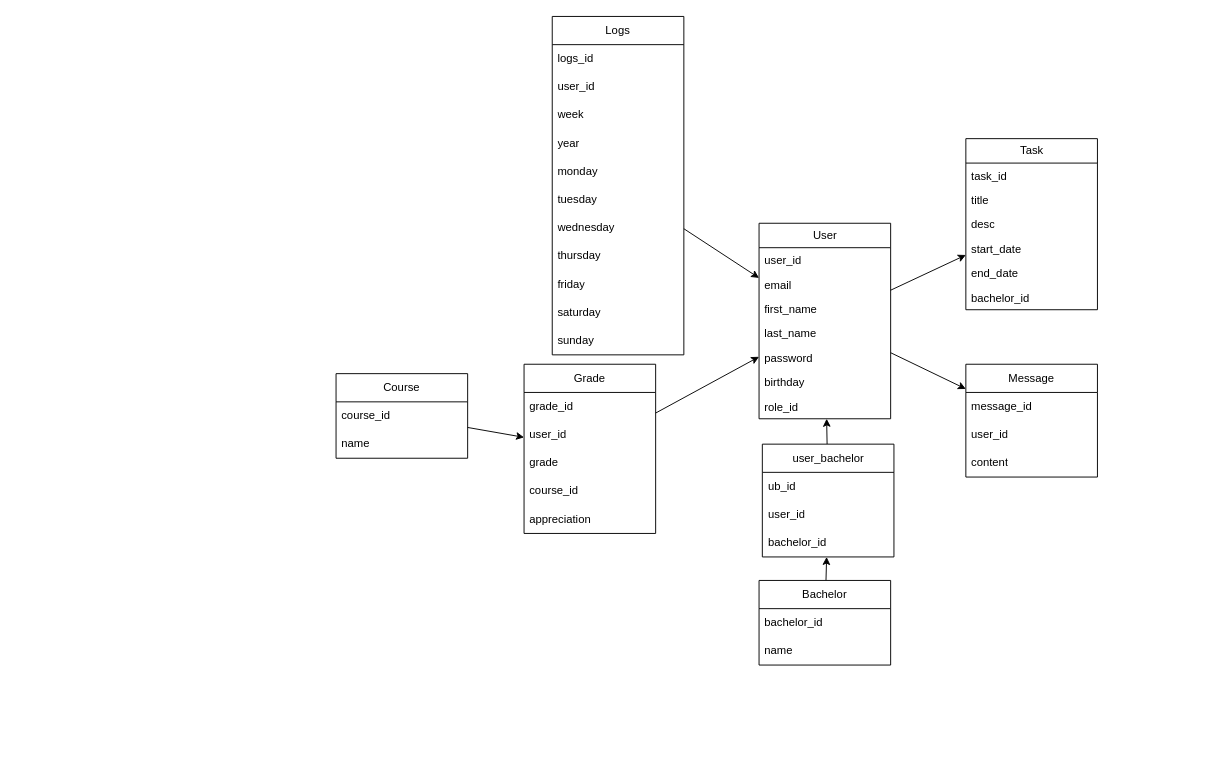
Above: mcd.drawio in augustin-yvon/moonshot (draw.io), before the change. Source tidied: cells renumbered, new cells numbered last; positions are measured from the earlier drawing's top-left corner, leaving out a move shared by most shapes. Both pictures are drawn from the tidied source at 94%, with x=0, y=0 at pixel (336, 16).
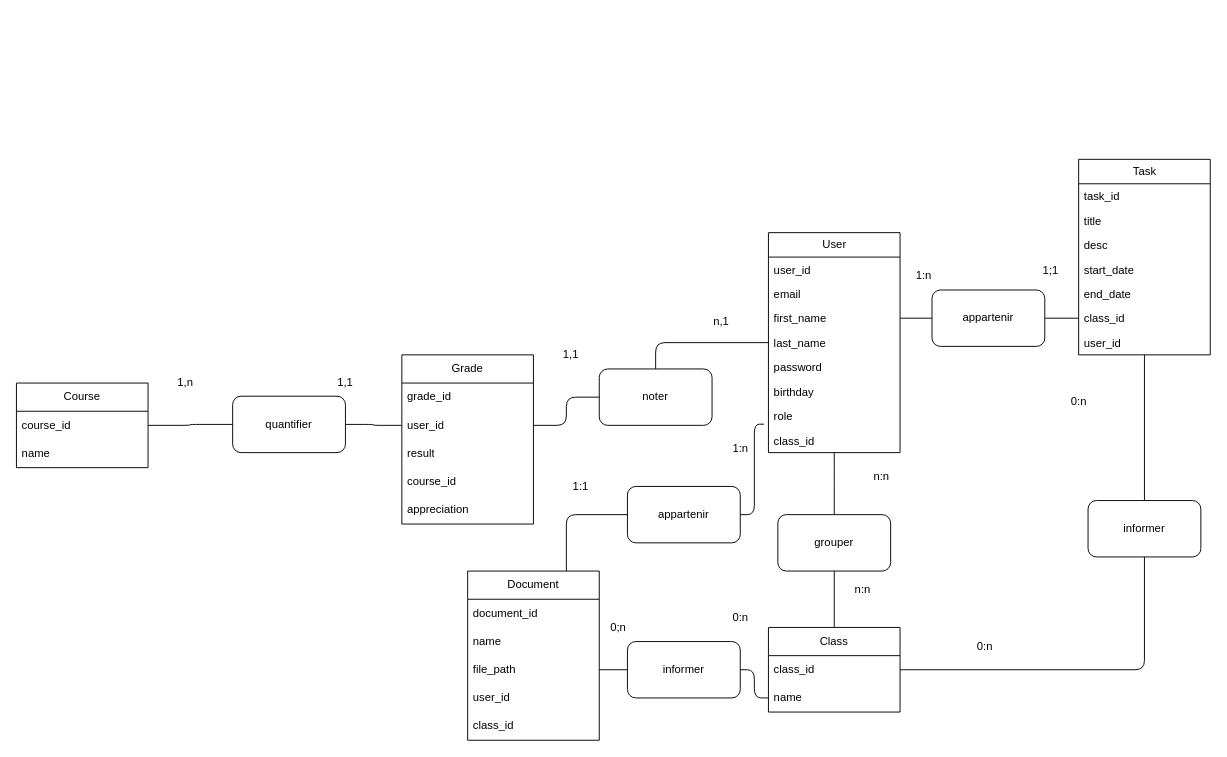
Above is the later version.

Commit message:
reprise du mcd

Unchanged cells that the change refers to:
```xml
<mxCell id="7" value="first_name" style="text;strokeColor=none;fillColor=none;align=left;verticalAlign=top;spacingLeft=4;spacingRight=4;overflow=hidden;points=[[0,0.5],[1,0.5]];portConstraint=eastwest;whiteSpace=wrap;html=1;" parent="4" vertex="1">
  <mxGeometry y="78" width="140" height="26" as="geometry" />
</mxCell>
<mxCell id="8" value="last_name" style="text;strokeColor=none;fillColor=none;align=left;verticalAlign=top;spacingLeft=4;spacingRight=4;overflow=hidden;points=[[0,0.5],[1,0.5]];portConstraint=eastwest;whiteSpace=wrap;html=1;" parent="4" vertex="1">
  <mxGeometry y="104" width="140" height="26" as="geometry" />
</mxCell>
<mxCell id="50" value="course_id" style="text;strokeColor=none;fillColor=none;align=left;verticalAlign=middle;spacingLeft=4;spacingRight=4;overflow=hidden;points=[[0,0.5],[1,0.5]];portConstraint=eastwest;whiteSpace=wrap;html=1;" parent="49" vertex="1">
  <mxGeometry y="30" width="140" height="30" as="geometry" />
</mxCell>
```

Change to the diagram source:
```diff
@@
-    <mxCell id="2" style="edgeStyle=none;html=1;" parent="1" edge="1" source="4" target="12">
-      <mxGeometry relative="1" as="geometry" />
-    </mxCell>
-    <mxCell id="3" style="edgeStyle=none;html=1;" parent="1" edge="1" source="4" target="52">
-      <mxGeometry relative="1" as="geometry" />
-    </mxCell>
     <mxCell id="4" value="User" style="swimlane;fontStyle=0;horizontal=1;startSize=26;fillColor=none;html=1;" parent="1" vertex="1">
-      <mxGeometry x="450" y="220" width="140" height="208" as="geometry" />
+      <mxGeometry x="460" y="230" width="140" height="234" as="geometry" />
     </mxCell>
@@
-    <mxCell id="11" value="role_id" style="text;strokeColor=none;fillColor=none;align=left;verticalAlign=top;spacingLeft=4;spacingRight=4;overflow=hidden;whiteSpace=wrap;html=1;" parent="4" vertex="1">
-      <mxGeometry y="182" width="140" height="26" as="geometry" />
-    </mxCell>
+    <mxCell id="56" value="role" style="text;strokeColor=none;fillColor=none;align=left;verticalAlign=top;spacingLeft=4;spacingRight=4;overflow=hidden;whiteSpace=wrap;html=1;" parent="4" vertex="1">
+      <mxGeometry y="182" width="140" height="26" as="geometry" />
+    </mxCell>
+    <mxCell id="57" value="class_id&lt;br&gt;" style="text;strokeColor=none;fillColor=none;align=left;verticalAlign=top;spacingLeft=4;spacingRight=4;overflow=hidden;points=[[0,0.5],[1,0.5]];portConstraint=eastwest;whiteSpace=wrap;html=1;" parent="4" vertex="1">
+      <mxGeometry y="208" width="140" height="26" as="geometry" />
+    </mxCell>
+    <mxCell id="58" style="edgeStyle=orthogonalEdgeStyle;html=1;entryX=0.5;entryY=0;entryDx=0;entryDy=0;endArrow=none;endFill=0;" parent="1" edge="1" source="12" target="99">
+      <mxGeometry relative="1" as="geometry" />
+    </mxCell>
     <mxCell id="12" value="Task" style="swimlane;fontStyle=0;horizontal=1;startSize=26;fillColor=none;html=1;" parent="1" vertex="1">
-      <mxGeometry x="670" y="130" width="140" height="182" as="geometry" />
+      <mxGeometry x="790" y="152" width="140" height="208" as="geometry" />
     </mxCell>
@@
-    <mxCell id="18" value="bachelor_id" style="text;strokeColor=none;fillColor=none;align=left;verticalAlign=top;spacingLeft=4;spacingRight=4;overflow=hidden;whiteSpace=wrap;html=1;" parent="12" vertex="1">
-      <mxGeometry y="156" width="140" height="26" as="geometry" />
-    </mxCell>
-    <mxCell id="19" style="edgeStyle=none;html=1;" parent="1" edge="1" source="20" target="24">
-      <mxGeometry relative="1" as="geometry" />
-    </mxCell>
-    <mxCell id="20" value="Bachelor" style="swimlane;fontStyle=0;horizontal=1;startSize=30;whiteSpace=wrap;html=1;" parent="1" vertex="1">
-      <mxGeometry x="450" y="600" width="140" height="90" as="geometry" />
-    </mxCell>
-    <mxCell id="21" value="bachelor_id" style="text;strokeColor=none;fillColor=none;align=left;verticalAlign=middle;spacingLeft=4;spacingRight=4;overflow=hidden;whiteSpace=wrap;html=1;" parent="20" vertex="1">
-      <mxGeometry y="30" width="140" height="30" as="geometry" />
-    </mxCell>
-    <mxCell id="22" value="name" style="text;strokeColor=none;fillColor=none;align=left;verticalAlign=middle;spacingLeft=4;spacingRight=4;overflow=hidden;whiteSpace=wrap;html=1;" parent="20" vertex="1">
-      <mxGeometry y="60" width="140" height="30" as="geometry" />
-    </mxCell>
-    <mxCell id="23" style="edgeStyle=none;html=1;" parent="1" edge="1" source="24" target="4">
-      <mxGeometry relative="1" as="geometry" />
-    </mxCell>
-    <mxCell id="24" value="user_bachelor" style="swimlane;fontStyle=0;horizontal=1;startSize=30;whiteSpace=wrap;html=1;" parent="1" vertex="1">
-      <mxGeometry x="453.5" y="455" width="140" height="120" as="geometry" />
-    </mxCell>
-    <mxCell id="25" value="ub_id" style="text;strokeColor=none;fillColor=none;align=left;verticalAlign=middle;spacingLeft=4;spacingRight=4;overflow=hidden;whiteSpace=wrap;html=1;" parent="24" vertex="1">
-      <mxGeometry y="30" width="140" height="30" as="geometry" />
-    </mxCell>
-    <mxCell id="26" value="user_id" style="text;strokeColor=none;fillColor=none;align=left;verticalAlign=middle;spacingLeft=4;spacingRight=4;overflow=hidden;whiteSpace=wrap;html=1;" parent="24" vertex="1">
-      <mxGeometry y="60" width="140" height="30" as="geometry" />
-    </mxCell>
-    <mxCell id="27" value="bachelor_id" style="text;strokeColor=none;fillColor=none;align=left;verticalAlign=middle;spacingLeft=4;spacingRight=4;overflow=hidden;whiteSpace=wrap;html=1;" parent="24" vertex="1">
-      <mxGeometry y="90" width="140" height="30" as="geometry" />
-    </mxCell>
-    <mxCell id="28" style="edgeStyle=none;html=1;" parent="1" edge="1" source="29" target="4">
-      <mxGeometry relative="1" as="geometry" />
-    </mxCell>
-    <mxCell id="29" value="Logs" style="swimlane;fontStyle=0;horizontal=1;startSize=30;whiteSpace=wrap;html=1;" parent="1" vertex="1">
-      <mxGeometry x="230" width="140" height="360" as="geometry" />
-    </mxCell>
-    <mxCell id="30" value="logs_id" style="text;strokeColor=none;fillColor=none;align=left;verticalAlign=middle;spacingLeft=4;spacingRight=4;overflow=hidden;whiteSpace=wrap;html=1;" parent="29" vertex="1">
-      <mxGeometry y="30" width="140" height="30" as="geometry" />
-    </mxCell>
-    <mxCell id="31" value="user_id" style="text;strokeColor=none;fillColor=none;align=left;verticalAlign=middle;spacingLeft=4;spacingRight=4;overflow=hidden;whiteSpace=wrap;html=1;" parent="29" vertex="1">
-      <mxGeometry y="60" width="140" height="30" as="geometry" />
-    </mxCell>
-    <mxCell id="32" value="week" style="text;strokeColor=none;fillColor=none;align=left;verticalAlign=middle;spacingLeft=4;spacingRight=4;overflow=hidden;whiteSpace=wrap;html=1;" parent="29" vertex="1">
-      <mxGeometry y="90" width="140" height="30" as="geometry" />
-    </mxCell>
-    <mxCell id="33" value="year" style="text;strokeColor=none;fillColor=none;align=left;verticalAlign=middle;spacingLeft=4;spacingRight=4;overflow=hidden;whiteSpace=wrap;html=1;" parent="29" vertex="1">
-      <mxGeometry y="120" width="140" height="30" as="geometry" />
-    </mxCell>
-    <mxCell id="34" value="monday" style="text;strokeColor=none;fillColor=none;align=left;verticalAlign=middle;spacingLeft=4;spacingRight=4;overflow=hidden;whiteSpace=wrap;html=1;" parent="29" vertex="1">
-      <mxGeometry y="150" width="140" height="30" as="geometry" />
-    </mxCell>
-    <mxCell id="35" value="tuesday" style="text;strokeColor=none;fillColor=none;align=left;verticalAlign=middle;spacingLeft=4;spacingRight=4;overflow=hidden;whiteSpace=wrap;html=1;" parent="29" vertex="1">
-      <mxGeometry y="180" width="140" height="30" as="geometry" />
-    </mxCell>
-    <mxCell id="36" value="wednesday" style="text;strokeColor=none;fillColor=none;align=left;verticalAlign=middle;spacingLeft=4;spacingRight=4;overflow=hidden;whiteSpace=wrap;html=1;" parent="29" vertex="1">
-      <mxGeometry y="210" width="140" height="30" as="geometry" />
-    </mxCell>
-    <mxCell id="37" value="thursday" style="text;strokeColor=none;fillColor=none;align=left;verticalAlign=middle;spacingLeft=4;spacingRight=4;overflow=hidden;whiteSpace=wrap;html=1;" parent="29" vertex="1">
-      <mxGeometry y="240" width="140" height="30" as="geometry" />
-    </mxCell>
-    <mxCell id="38" value="friday" style="text;strokeColor=none;fillColor=none;align=left;verticalAlign=middle;spacingLeft=4;spacingRight=4;overflow=hidden;whiteSpace=wrap;html=1;" parent="29" vertex="1">
-      <mxGeometry y="270" width="140" height="30" as="geometry" />
-    </mxCell>
-    <mxCell id="39" value="saturday" style="text;strokeColor=none;fillColor=none;align=left;verticalAlign=middle;spacingLeft=4;spacingRight=4;overflow=hidden;whiteSpace=wrap;html=1;" parent="29" vertex="1">
-      <mxGeometry y="300" width="140" height="30" as="geometry" />
-    </mxCell>
-    <mxCell id="40" value="sunday" style="text;strokeColor=none;fillColor=none;align=left;verticalAlign=middle;spacingLeft=4;spacingRight=4;overflow=hidden;whiteSpace=wrap;html=1;" parent="29" vertex="1">
-      <mxGeometry y="330" width="140" height="30" as="geometry" />
-    </mxCell>
-    <mxCell id="41" style="edgeStyle=none;html=1;" parent="1" edge="1" source="42" target="4">
-      <mxGeometry relative="1" as="geometry" />
-    </mxCell>
+    <mxCell id="59" value="class_id" style="text;strokeColor=none;fillColor=none;align=left;verticalAlign=top;spacingLeft=4;spacingRight=4;overflow=hidden;points=[[0,0.5],[1,0.5]];portConstraint=eastwest;whiteSpace=wrap;html=1;" parent="12" vertex="1">
+      <mxGeometry y="156" width="140" height="26" as="geometry" />
+    </mxCell>
+    <mxCell id="60" value="user_id" style="text;strokeColor=none;fillColor=none;align=left;verticalAlign=top;spacingLeft=4;spacingRight=4;overflow=hidden;whiteSpace=wrap;html=1;" parent="12" vertex="1">
+      <mxGeometry y="182" width="140" height="26" as="geometry" />
+    </mxCell>
+    <mxCell id="61" style="edgeStyle=orthogonalEdgeStyle;html=1;endArrow=none;endFill=0;" parent="1" edge="1" source="62" target="79">
+      <mxGeometry relative="1" as="geometry" />
+    </mxCell>
+    <mxCell id="62" value="&lt;span style=&quot;text-align: left;&quot;&gt;Class&lt;/span&gt;" style="swimlane;fontStyle=0;horizontal=1;startSize=30;whiteSpace=wrap;html=1;" parent="1" vertex="1">
+      <mxGeometry x="460" y="650" width="140" height="90" as="geometry" />
+    </mxCell>
+    <mxCell id="63" value="class_id" style="text;strokeColor=none;fillColor=none;align=left;verticalAlign=middle;spacingLeft=4;spacingRight=4;overflow=hidden;points=[[0,0.5],[1,0.5]];portConstraint=eastwest;whiteSpace=wrap;html=1;" parent="62" vertex="1">
+      <mxGeometry y="30" width="140" height="30" as="geometry" />
+    </mxCell>
+    <mxCell id="64" value="name" style="text;strokeColor=none;fillColor=none;align=left;verticalAlign=middle;spacingLeft=4;spacingRight=4;overflow=hidden;points=[[0,0.5],[1,0.5]];portConstraint=eastwest;whiteSpace=wrap;html=1;" parent="62" vertex="1">
+      <mxGeometry y="60" width="140" height="30" as="geometry" />
+    </mxCell>
     <mxCell id="42" value="Grade" style="swimlane;fontStyle=0;horizontal=1;startSize=30;whiteSpace=wrap;html=1;" parent="1" vertex="1">
-      <mxGeometry x="200" y="370" width="140" height="180" as="geometry" />
+      <mxGeometry x="70" y="360" width="140" height="180" as="geometry" />
     </mxCell>
@@
-    <mxCell id="44" value="user_id" style="text;strokeColor=none;fillColor=none;align=left;verticalAlign=middle;spacingLeft=4;spacingRight=4;overflow=hidden;whiteSpace=wrap;html=1;" parent="42" vertex="1">
-      <mxGeometry y="60" width="140" height="30" as="geometry" />
-    </mxCell>
-    <mxCell id="45" value="grade" style="text;strokeColor=none;fillColor=none;align=left;verticalAlign=middle;spacingLeft=4;spacingRight=4;overflow=hidden;whiteSpace=wrap;html=1;" parent="42" vertex="1">
-      <mxGeometry y="90" width="140" height="30" as="geometry" />
-    </mxCell>
+    <mxCell id="65" value="user_id" style="text;strokeColor=none;fillColor=none;align=left;verticalAlign=middle;spacingLeft=4;spacingRight=4;overflow=hidden;points=[[0,0.5],[1,0.5]];portConstraint=eastwest;whiteSpace=wrap;html=1;" parent="42" vertex="1">
+      <mxGeometry y="60" width="140" height="30" as="geometry" />
+    </mxCell>
+    <mxCell id="66" value="result" style="text;strokeColor=none;fillColor=none;align=left;verticalAlign=middle;spacingLeft=4;spacingRight=4;overflow=hidden;whiteSpace=wrap;html=1;" parent="42" vertex="1">
+      <mxGeometry y="90" width="140" height="30" as="geometry" />
+    </mxCell>
@@
-    <mxCell id="48" style="edgeStyle=none;html=1;" parent="1" edge="1" source="49" target="42">
-      <mxGeometry relative="1" as="geometry" />
-    </mxCell>
     <mxCell id="49" value="Course" style="swimlane;fontStyle=0;horizontal=1;startSize=30;whiteSpace=wrap;html=1;" parent="1" vertex="1">
-      <mxGeometry y="380" width="140" height="90" as="geometry" />
+      <mxGeometry x="-340" y="390" width="140" height="90" as="geometry" />
     </mxCell>
@@
-    <mxCell id="51" value="name" style="text;strokeColor=none;fillColor=none;align=left;verticalAlign=middle;spacingLeft=4;spacingRight=4;overflow=hidden;whiteSpace=wrap;html=1;" parent="49" vertex="1">
-      <mxGeometry y="60" width="140" height="30" as="geometry" />
-    </mxCell>
-    <mxCell id="52" value="Message" style="swimlane;fontStyle=0;horizontal=1;startSize=30;whiteSpace=wrap;html=1;" parent="1" vertex="1">
-      <mxGeometry x="670" y="370" width="140" height="120" as="geometry" />
-    </mxCell>
-    <mxCell id="53" value="message_id" style="text;strokeColor=none;fillColor=none;align=left;verticalAlign=middle;spacingLeft=4;spacingRight=4;overflow=hidden;whiteSpace=wrap;html=1;" parent="52" vertex="1">
-      <mxGeometry y="30" width="140" height="30" as="geometry" />
-    </mxCell>
-    <mxCell id="54" value="user_id" style="text;strokeColor=none;fillColor=none;align=left;verticalAlign=middle;spacingLeft=4;spacingRight=4;overflow=hidden;whiteSpace=wrap;html=1;" parent="52" vertex="1">
-      <mxGeometry y="60" width="140" height="30" as="geometry" />
-    </mxCell>
-    <mxCell id="55" value="content" style="text;strokeColor=none;fillColor=none;align=left;verticalAlign=middle;spacingLeft=4;spacingRight=4;overflow=hidden;whiteSpace=wrap;html=1;" parent="52" vertex="1">
-      <mxGeometry y="90" width="140" height="30" as="geometry" />
-    </mxCell>
+    <mxCell id="67" value="name" style="text;strokeColor=none;fillColor=none;align=left;verticalAlign=middle;spacingLeft=4;spacingRight=4;overflow=hidden;whiteSpace=wrap;html=1;" parent="49" vertex="1">
+      <mxGeometry y="60" width="140" height="30" as="geometry" />
+    </mxCell>
+    <mxCell id="68" style="edgeStyle=orthogonalEdgeStyle;html=1;exitX=1;exitY=0.5;exitDx=0;exitDy=0;entryX=0;entryY=0.5;entryDx=0;entryDy=0;endArrow=none;endFill=0;" parent="1" edge="1" source="69" target="65">
+      <mxGeometry relative="1" as="geometry" />
+    </mxCell>
+    <mxCell id="69" value="quantifier" style="whiteSpace=wrap;html=1;perimeterSpacing=0;rounded=1;" parent="1" vertex="1">
+      <mxGeometry x="-110" y="404" width="120" height="60" as="geometry" />
+    </mxCell>
+    <mxCell id="70" style="edgeStyle=orthogonalEdgeStyle;html=1;exitX=1;exitY=0.5;exitDx=0;exitDy=0;entryX=0;entryY=0.5;entryDx=0;entryDy=0;endArrow=none;endFill=0;" parent="1" edge="1" source="50" target="69">
+      <mxGeometry relative="1" as="geometry" />
+    </mxCell>
+    <mxCell id="71" value="1,n" style="text;strokeColor=none;align=center;fillColor=none;html=1;verticalAlign=middle;whiteSpace=wrap;rounded=0;" parent="1" vertex="1">
+      <mxGeometry x="-220" y="375" width="120" height="30" as="geometry" />
+    </mxCell>
+    <mxCell id="72" value="1,1" style="text;strokeColor=none;align=center;fillColor=none;html=1;verticalAlign=middle;whiteSpace=wrap;rounded=0;" parent="1" vertex="1">
+      <mxGeometry x="-50" y="375" width="120" height="30" as="geometry" />
+    </mxCell>
+    <mxCell id="73" style="edgeStyle=orthogonalEdgeStyle;html=1;entryX=0;entryY=0.5;entryDx=0;entryDy=0;endArrow=none;endFill=0;" parent="1" edge="1" source="74" target="8">
+      <mxGeometry relative="1" as="geometry" />
+    </mxCell>
+    <mxCell id="74" value="noter" style="whiteSpace=wrap;html=1;perimeterSpacing=0;rounded=1;" parent="1" vertex="1">
+      <mxGeometry x="280" y="375" width="120" height="60" as="geometry" />
+    </mxCell>
+    <mxCell id="75" style="edgeStyle=orthogonalEdgeStyle;html=1;endArrow=none;endFill=0;" parent="1" edge="1" source="65" target="74">
+      <mxGeometry relative="1" as="geometry" />
+    </mxCell>
+    <mxCell id="76" value="1,1" style="text;strokeColor=none;align=center;fillColor=none;html=1;verticalAlign=middle;whiteSpace=wrap;rounded=0;" parent="1" vertex="1">
+      <mxGeometry x="190" y="345" width="120" height="30" as="geometry" />
+    </mxCell>
+    <mxCell id="77" value="n,1" style="text;strokeColor=none;align=center;fillColor=none;html=1;verticalAlign=middle;whiteSpace=wrap;rounded=0;" parent="1" vertex="1">
+      <mxGeometry x="350" y="310" width="120" height="30" as="geometry" />
+    </mxCell>
+    <mxCell id="78" style="edgeStyle=orthogonalEdgeStyle;html=1;endArrow=none;endFill=0;" parent="1" edge="1" source="79" target="57">
+      <mxGeometry relative="1" as="geometry">
+        <Array as="points">
+          <mxPoint x="530" y="490" />
+          <mxPoint x="530" y="490" />
+        </Array>
+      </mxGeometry>
+    </mxCell>
+    <mxCell id="79" value="grouper" style="whiteSpace=wrap;html=1;perimeterSpacing=0;rounded=1;" parent="1" vertex="1">
+      <mxGeometry x="470" y="530" width="120" height="60" as="geometry" />
+    </mxCell>
+    <mxCell id="80" value="n:n" style="text;html=1;align=center;verticalAlign=middle;strokeColor=none;fillColor=none;" parent="1" vertex="1">
+      <mxGeometry x="560" y="475" width="40" height="30" as="geometry" />
+    </mxCell>
+    <mxCell id="81" value="n:n" style="text;html=1;align=center;verticalAlign=middle;strokeColor=none;fillColor=none;" parent="1" vertex="1">
+      <mxGeometry x="540" y="595" width="40" height="30" as="geometry" />
+    </mxCell>
+    <mxCell id="82" style="edgeStyle=orthogonalEdgeStyle;html=1;exitX=0.75;exitY=0;exitDx=0;exitDy=0;entryX=0;entryY=0.5;entryDx=0;entryDy=0;endArrow=none;endFill=0;" parent="1" edge="1" source="83" target="90">
+      <mxGeometry relative="1" as="geometry" />
+    </mxCell>
+    <mxCell id="83" value="Document" style="swimlane;fontStyle=0;horizontal=1;startSize=30;whiteSpace=wrap;html=1;rounded=0;" parent="1" vertex="1">
+      <mxGeometry x="140" y="590" width="140" height="180" as="geometry" />
+    </mxCell>
+    <mxCell id="84" value="document_id" style="text;strokeColor=none;fillColor=none;align=left;verticalAlign=middle;spacingLeft=4;spacingRight=4;overflow=hidden;whiteSpace=wrap;html=1;rounded=0;" parent="83" vertex="1">
+      <mxGeometry y="30" width="140" height="30" as="geometry" />
+    </mxCell>
+    <mxCell id="85" value="name" style="text;strokeColor=none;fillColor=none;align=left;verticalAlign=middle;spacingLeft=4;spacingRight=4;overflow=hidden;whiteSpace=wrap;html=1;rounded=0;" parent="83" vertex="1">
+      <mxGeometry y="60" width="140" height="30" as="geometry" />
+    </mxCell>
+    <mxCell id="86" value="file_path" style="text;strokeColor=none;fillColor=none;align=left;verticalAlign=middle;spacingLeft=4;spacingRight=4;overflow=hidden;points=[[0,0.5],[1,0.5]];portConstraint=eastwest;whiteSpace=wrap;html=1;rounded=0;" parent="83" vertex="1">
+      <mxGeometry y="90" width="140" height="30" as="geometry" />
+    </mxCell>
+    <mxCell id="87" value="user_id" style="text;strokeColor=none;fillColor=none;align=left;verticalAlign=middle;spacingLeft=4;spacingRight=4;overflow=hidden;whiteSpace=wrap;html=1;rounded=0;" parent="83" vertex="1">
+      <mxGeometry y="120" width="140" height="30" as="geometry" />
+    </mxCell>
+    <mxCell id="88" value="class_id" style="text;strokeColor=none;fillColor=none;align=left;verticalAlign=middle;spacingLeft=4;spacingRight=4;overflow=hidden;whiteSpace=wrap;html=1;rounded=0;" parent="83" vertex="1">
+      <mxGeometry y="150" width="140" height="30" as="geometry" />
+    </mxCell>
+    <mxCell id="89" style="edgeStyle=orthogonalEdgeStyle;html=1;exitX=1;exitY=0.5;exitDx=0;exitDy=0;entryX=-0.034;entryY=-0.163;entryDx=0;entryDy=0;entryPerimeter=0;endArrow=none;endFill=0;" parent="1" edge="1" source="90" target="57">
+      <mxGeometry relative="1" as="geometry" />
+    </mxCell>
+    <mxCell id="90" value="appartenir" style="whiteSpace=wrap;html=1;perimeterSpacing=0;rounded=1;" parent="1" vertex="1">
+      <mxGeometry x="310" y="500" width="120" height="60" as="geometry" />
+    </mxCell>
+    <mxCell id="91" style="edgeStyle=orthogonalEdgeStyle;html=1;endArrow=none;endFill=0;" parent="1" edge="1" source="92" target="64">
+      <mxGeometry relative="1" as="geometry" />
+    </mxCell>
+    <mxCell id="92" value="informer" style="whiteSpace=wrap;html=1;perimeterSpacing=0;rounded=1;" parent="1" vertex="1">
+      <mxGeometry x="310" y="665" width="120" height="60" as="geometry" />
+    </mxCell>
+    <mxCell id="93" style="edgeStyle=orthogonalEdgeStyle;html=1;exitX=1;exitY=0.5;exitDx=0;exitDy=0;entryX=0;entryY=0.5;entryDx=0;entryDy=0;endArrow=none;endFill=0;" parent="1" edge="1" source="86" target="92">
+      <mxGeometry relative="1" as="geometry" />
+    </mxCell>
+    <mxCell id="94" value="0:n" style="text;html=1;align=center;verticalAlign=middle;strokeColor=none;fillColor=none;" parent="1" vertex="1">
+      <mxGeometry x="410" y="625" width="40" height="30" as="geometry" />
+    </mxCell>
+    <mxCell id="95" value="0;n" style="text;html=1;align=center;verticalAlign=middle;strokeColor=none;fillColor=none;" parent="1" vertex="1">
+      <mxGeometry x="280" y="635" width="40" height="30" as="geometry" />
+    </mxCell>
+    <mxCell id="96" value="1:1" style="text;html=1;align=center;verticalAlign=middle;strokeColor=none;fillColor=none;" parent="1" vertex="1">
+      <mxGeometry x="240" y="485" width="40" height="30" as="geometry" />
+    </mxCell>
+    <mxCell id="97" value="1:n" style="text;html=1;align=center;verticalAlign=middle;strokeColor=none;fillColor=none;" parent="1" vertex="1">
+      <mxGeometry x="410" y="445" width="40" height="30" as="geometry" />
+    </mxCell>
+    <mxCell id="98" style="edgeStyle=orthogonalEdgeStyle;html=1;entryX=1;entryY=0.5;entryDx=0;entryDy=0;endArrow=none;endFill=0;" parent="1" edge="1" source="99" target="63">
+      <mxGeometry relative="1" as="geometry" />
+    </mxCell>
+    <mxCell id="99" value="informer" style="whiteSpace=wrap;html=1;perimeterSpacing=0;rounded=1;" parent="1" vertex="1">
+      <mxGeometry x="800" y="515" width="120" height="60" as="geometry" />
+    </mxCell>
+    <mxCell id="100" value="0:n" style="text;html=1;align=center;verticalAlign=middle;strokeColor=none;fillColor=none;" parent="1" vertex="1">
+      <mxGeometry x="770" y="395" width="40" height="30" as="geometry" />
+    </mxCell>
+    <mxCell id="101" value="0:n" style="text;html=1;align=center;verticalAlign=middle;strokeColor=none;fillColor=none;" parent="1" vertex="1">
+      <mxGeometry x="670" y="655" width="40" height="30" as="geometry" />
+    </mxCell>
+    <mxCell id="102" style="edgeStyle=orthogonalEdgeStyle;html=1;endArrow=none;endFill=0;" parent="1" edge="1" source="104" target="59">
+      <mxGeometry relative="1" as="geometry" />
+    </mxCell>
+    <mxCell id="103" style="edgeStyle=orthogonalEdgeStyle;html=1;endArrow=none;endFill=0;" parent="1" edge="1" source="104" target="7">
+      <mxGeometry relative="1" as="geometry" />
+    </mxCell>
+    <mxCell id="104" value="appartenir" style="whiteSpace=wrap;html=1;perimeterSpacing=0;rounded=1;" parent="1" vertex="1">
+      <mxGeometry x="634" y="291" width="120" height="60" as="geometry" />
+    </mxCell>
+    <mxCell id="105" value="1;1" style="text;html=1;align=center;verticalAlign=middle;strokeColor=none;fillColor=none;" parent="1" vertex="1">
+      <mxGeometry x="740" y="255" width="40" height="30" as="geometry" />
+    </mxCell>
+    <mxCell id="106" value="1:n" style="text;html=1;align=center;verticalAlign=middle;strokeColor=none;fillColor=none;rounded=0;" parent="1" vertex="1">
+      <mxGeometry x="605" y="261" width="40" height="30" as="geometry" />
+    </mxCell>
```
